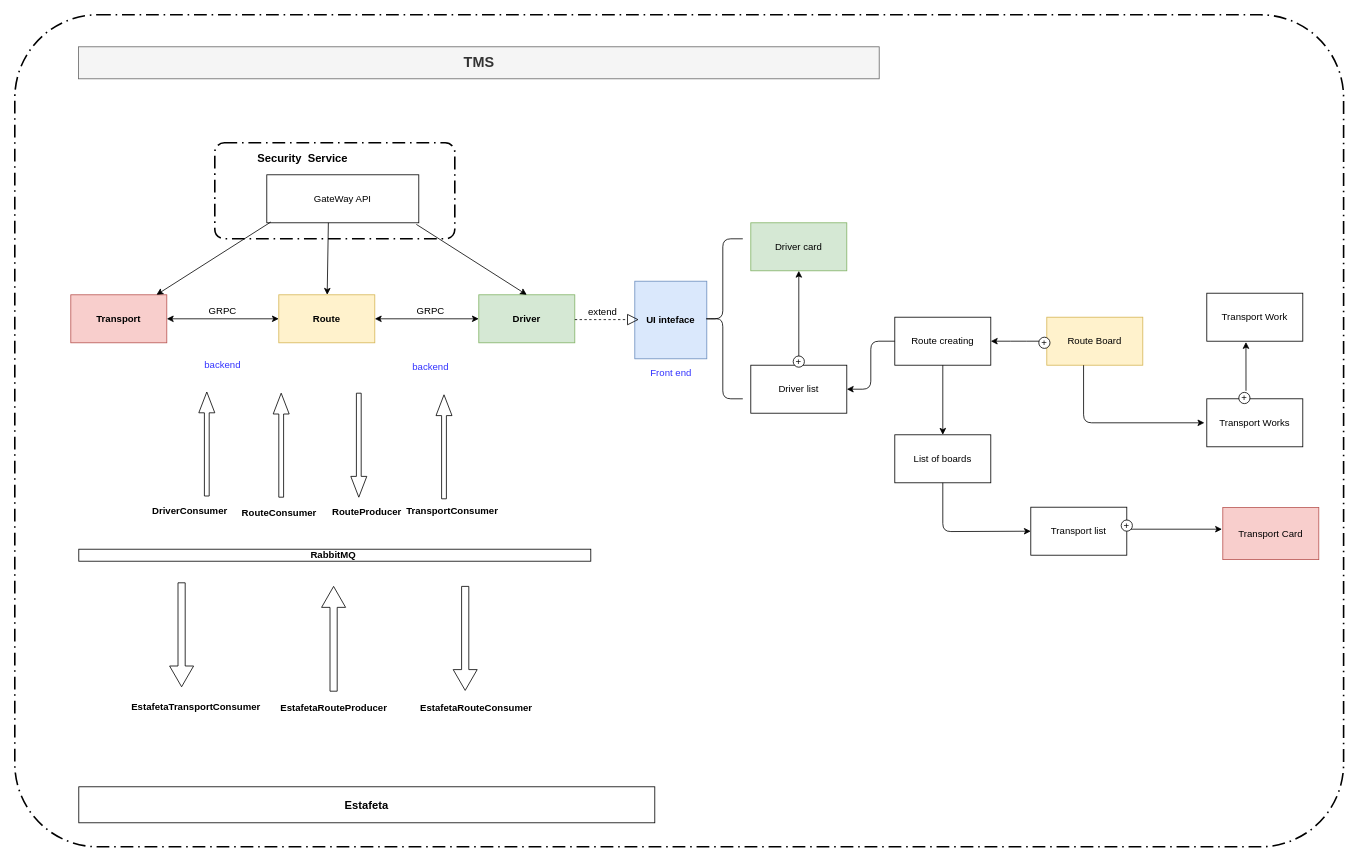
Before: transport.drawio in annastazi02/diagrams, a draw.io diagram. Source tidied: cells renumbered, new cells numbered last; positions are measured from the earlier drawing's top-left corner, leaving out a move shared by most shapes. Both pictures are drawn from the tidied source at 80%, with x=0, y=0 at pixel (14, 14).
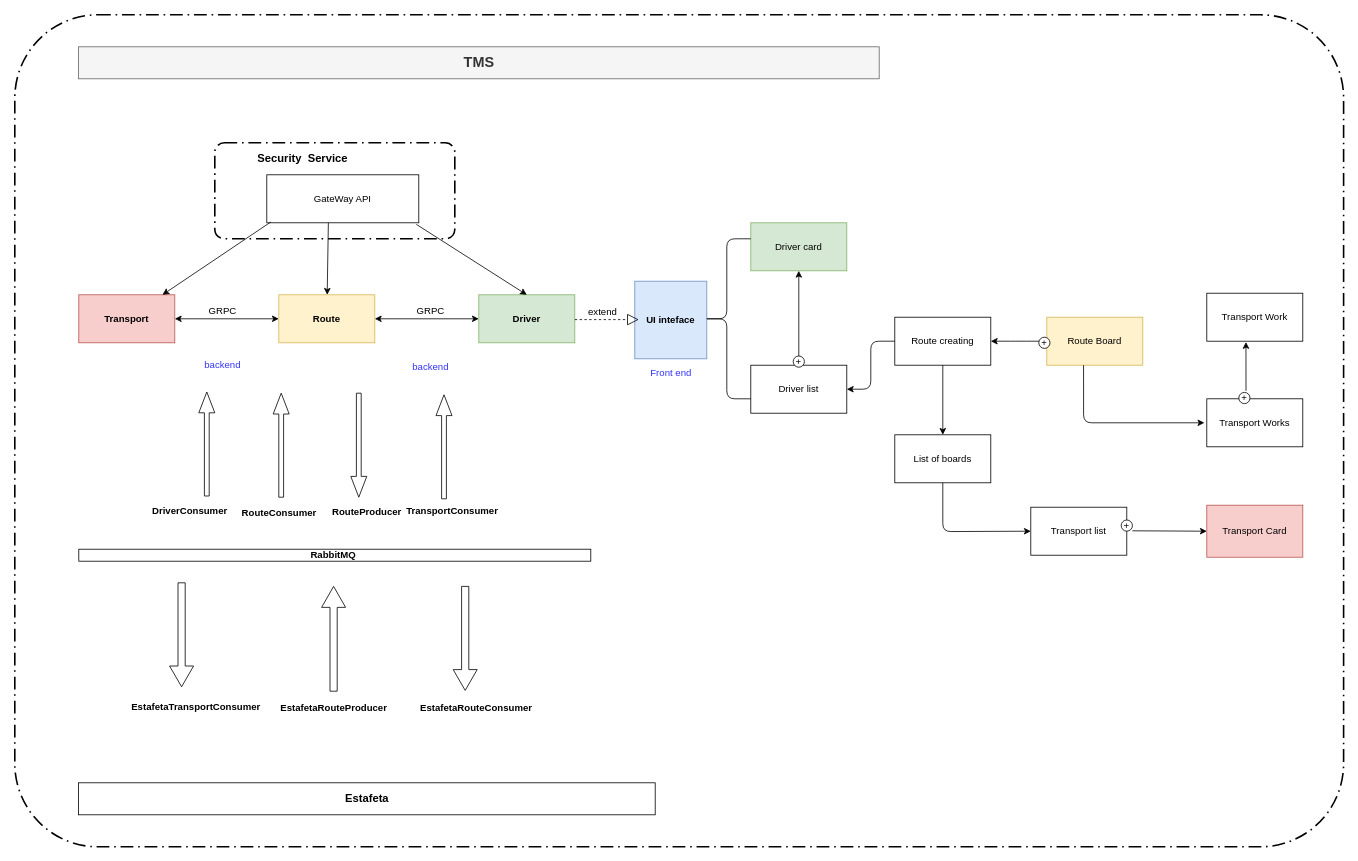
The same page after the edit.

Change to the diagram source:
```diff
@@
     <mxCell id="5" value="&lt;b&gt;Transport&lt;/b&gt;" style="rounded=0;whiteSpace=wrap;html=1;fillColor=#f8cecc;strokeColor=#b85450;" parent="1" vertex="1">
-      <mxGeometry x="70" y="350" width="120" height="60" as="geometry" />
+      <mxGeometry x="80" y="350" width="120" height="60" as="geometry" />
     </mxCell>
@@
     <mxCell id="12" value="&lt;b&gt;&lt;font style=&quot;font-size: 14px&quot;&gt;Estafeta&lt;/font&gt;&lt;/b&gt;" style="rounded=0;whiteSpace=wrap;html=1;" parent="1" vertex="1">
-      <mxGeometry x="80" y="965" width="720" height="45" as="geometry" />
+      <mxGeometry x="79.5" y="960" width="721" height="40" as="geometry" />
     </mxCell>
@@
-    <mxCell id="31" style="endArrow=classic;html=1;" parent="1" edge="1">
+    <mxCell id="31" style="endArrow=classic;html=1;entryX=0;entryY=0.5;entryDx=0;entryDy=0;" parent="1" edge="1" target="32">
       <mxGeometry relative="1" as="geometry">
-        <mxPoint x="1390" y="643" as="sourcePoint" />
-        <mxPoint x="1509" y="643" as="targetPoint" />
+        <mxPoint x="1397" y="645" as="sourcePoint" />
       </mxGeometry>
     </mxCell>
     <mxCell id="32" value="Transport Card" style="rounded=0;whiteSpace=wrap;html=1;fillColor=#f8cecc;strokeColor=#b85450;" parent="1" vertex="1">
-      <mxGeometry x="1510" y="616" width="120" height="65" as="geometry" />
+      <mxGeometry x="1490" y="613" width="120" height="65" as="geometry" />
     </mxCell>
@@
     <mxCell id="47" style="shape=curlyBracket;whiteSpace=wrap;html=1;rounded=1;" parent="1" vertex="1">
-      <mxGeometry x="860" y="280" width="50" height="200" as="geometry" />
+      <mxGeometry x="860" y="280" width="60" height="200" as="geometry" />
     </mxCell>
```
